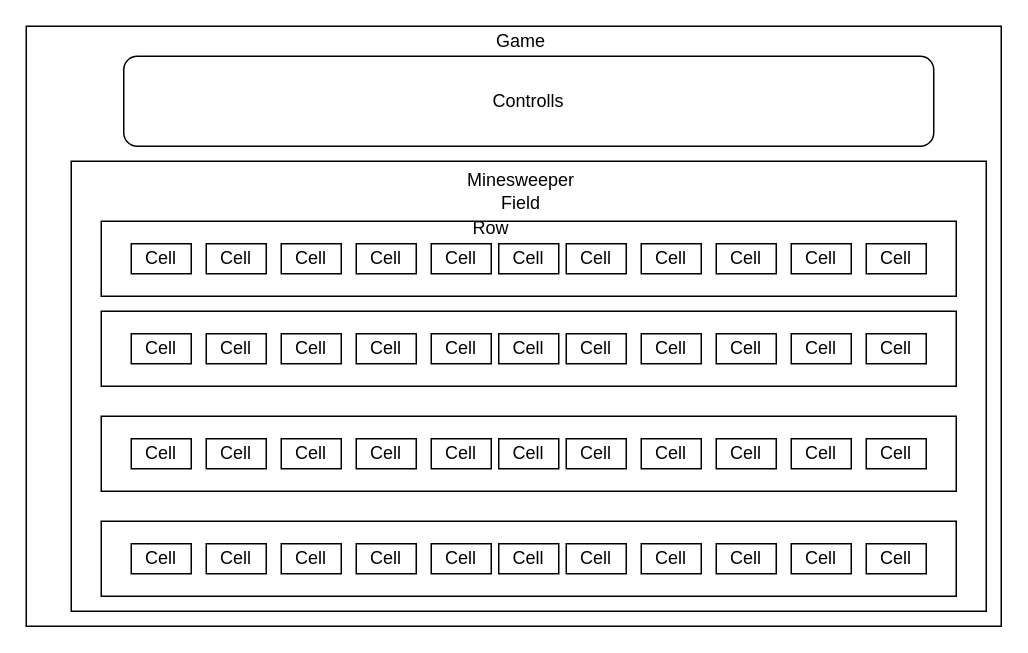
Before: Untitled Diagram.drawio in OkilyDokily/mine-sweeper, a draw.io diagram. Source tidied: cells renumbered, new cells numbered last; positions are measured from the earlier drawing's top-left corner, leaving out a move shared by most shapes. Both pictures are drawn from the tidied source at 150%, with x=0, y=0 at pixel (26, 26).
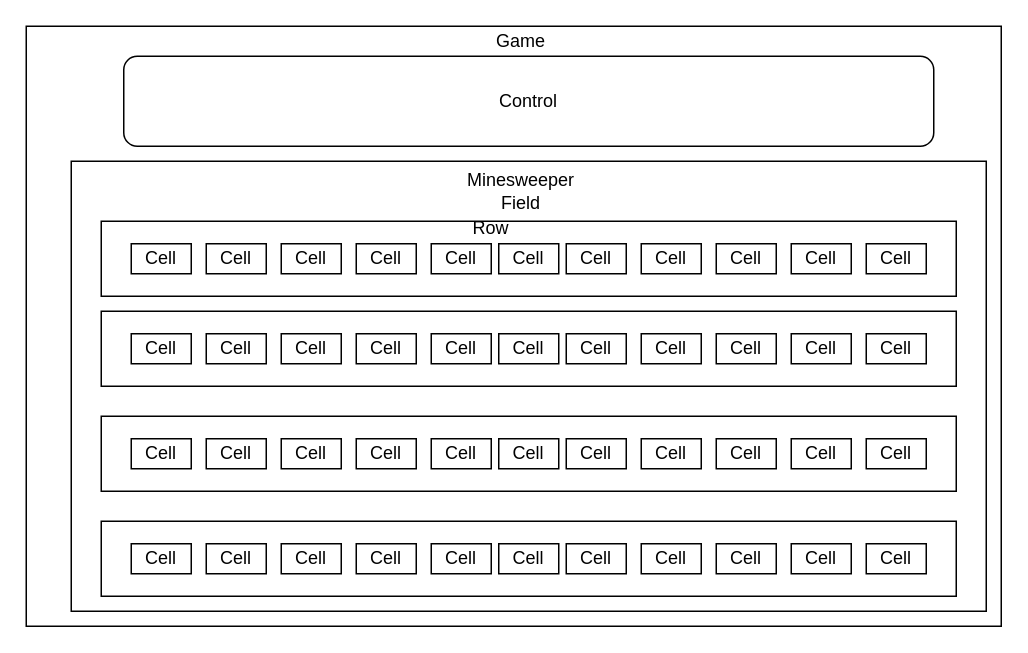
After the change.

What changed in the source:
```diff
@@
-    <mxCell id="3" value="Controlls" style="rounded=1;whiteSpace=wrap;html=1;" parent="1" vertex="1">
+    <mxCell id="3" value="Control" style="rounded=1;whiteSpace=wrap;html=1;" parent="1" vertex="1">
       <mxGeometry x="65" y="20" width="540" height="60" as="geometry" />
     </mxCell>
```
